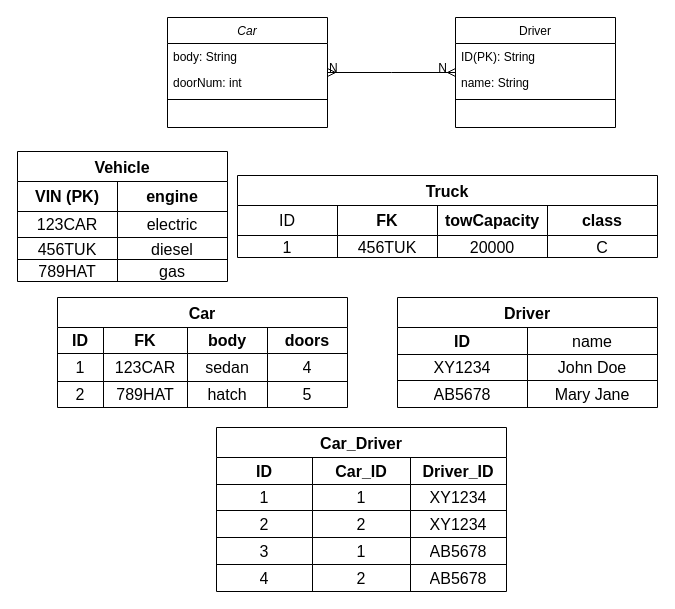
The draw.io diagram Portfolio2.drawio in micahsellis/UMLs, before the edit. Source tidied: cells renumbered, new cells numbered last; positions are measured from the earlier drawing's top-left corner, leaving out a move shared by most shapes. Both pictures are drawn from the tidied source at 100%, with x=0, y=0 at pixel (17, 17).
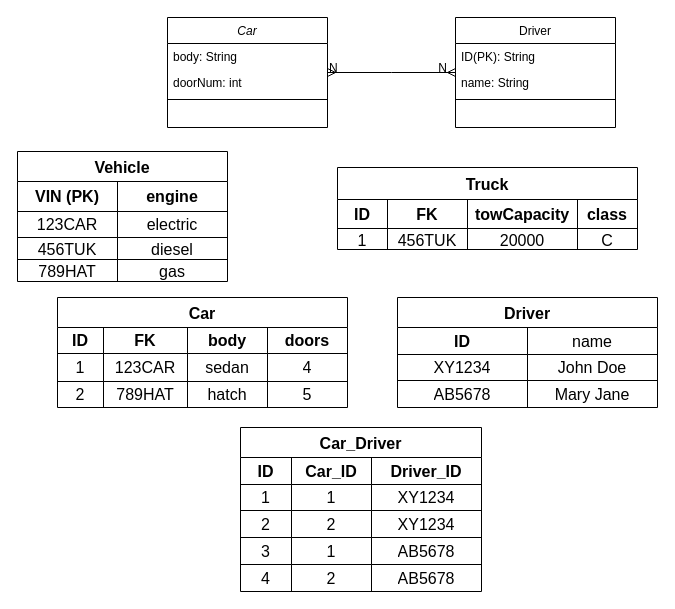
Above is the later version.

Change to the diagram source:
```diff
@@
     <mxCell id="39" value="Car_Driver" style="shape=table;startSize=30;childLayout=tableLayout;strokeColor=default;fontSize=16;fontStyle=1;" parent="1" vertex="1">
-      <mxGeometry x="199" y="410" width="290" height="164" as="geometry" />
+      <mxGeometry x="223" y="410" width="241" height="164" as="geometry" />
     </mxCell>
     <mxCell id="40" style="shape=tableRow;horizontal=0;startSize=0;swimlaneHead=0;swimlaneBody=0;strokeColor=inherit;top=0;left=0;bottom=0;right=0;fillColor=none;fontSize=16;" parent="39" vertex="1">
-      <mxGeometry y="30" width="290" height="27" as="geometry" />
+      <mxGeometry y="30" width="241" height="27" as="geometry" />
     </mxCell>
     <mxCell id="41" value="&lt;b&gt;ID&lt;/b&gt;" style="shape=partialRectangle;html=1;whiteSpace=wrap;strokeColor=inherit;overflow=hidden;fillColor=none;top=0;left=0;bottom=0;right=0;fontSize=16;" parent="40" vertex="1">
-      <mxGeometry width="96" height="27" as="geometry" />
+      <mxGeometry width="51" height="27" as="geometry" />
     </mxCell>
     <mxCell id="42" value="&lt;b&gt;Car_ID&lt;/b&gt;" style="shape=partialRectangle;html=1;whiteSpace=wrap;strokeColor=inherit;overflow=hidden;fillColor=none;top=0;left=0;bottom=0;right=0;fontSize=16;" parent="40" vertex="1">
-      <mxGeometry x="96" width="98" height="27" as="geometry" />
+      <mxGeometry x="51" width="80" height="27" as="geometry" />
     </mxCell>
     <mxCell id="43" value="&lt;b&gt;Driver_ID&lt;/b&gt;" style="shape=partialRectangle;html=1;whiteSpace=wrap;strokeColor=inherit;overflow=hidden;fillColor=none;top=0;left=0;bottom=0;right=0;fontSize=16;" parent="40" vertex="1">
-      <mxGeometry x="194" width="96" height="27" as="geometry" />
+      <mxGeometry x="131" width="110" height="27" as="geometry" />
     </mxCell>
     <mxCell id="44" style="shape=tableRow;horizontal=0;startSize=0;swimlaneHead=0;swimlaneBody=0;strokeColor=inherit;top=0;left=0;bottom=0;right=0;fillColor=none;fontSize=16;" parent="39" vertex="1">
-      <mxGeometry y="57" width="290" height="26" as="geometry" />
+      <mxGeometry y="57" width="241" height="26" as="geometry" />
     </mxCell>
     <mxCell id="45" value="1" style="shape=partialRectangle;html=1;whiteSpace=wrap;strokeColor=inherit;overflow=hidden;fillColor=none;top=0;left=0;bottom=0;right=0;fontSize=16;" parent="44" vertex="1">
-      <mxGeometry width="96" height="26" as="geometry" />
+      <mxGeometry width="51" height="26" as="geometry" />
     </mxCell>
     <mxCell id="46" value="1" style="shape=partialRectangle;html=1;whiteSpace=wrap;strokeColor=inherit;overflow=hidden;fillColor=none;top=0;left=0;bottom=0;right=0;fontSize=16;" parent="44" vertex="1">
-      <mxGeometry x="96" width="98" height="26" as="geometry" />
+      <mxGeometry x="51" width="80" height="26" as="geometry" />
     </mxCell>
     <mxCell id="47" value="XY1234" style="shape=partialRectangle;html=1;whiteSpace=wrap;strokeColor=inherit;overflow=hidden;fillColor=none;top=0;left=0;bottom=0;right=0;fontSize=16;" parent="44" vertex="1">
-      <mxGeometry x="194" width="96" height="26" as="geometry" />
+      <mxGeometry x="131" width="110" height="26" as="geometry" />
     </mxCell>
     <mxCell id="48" style="shape=tableRow;horizontal=0;startSize=0;swimlaneHead=0;swimlaneBody=0;strokeColor=inherit;top=0;left=0;bottom=0;right=0;fillColor=none;fontSize=16;" parent="39" vertex="1">
-      <mxGeometry y="83" width="290" height="27" as="geometry" />
+      <mxGeometry y="83" width="241" height="27" as="geometry" />
     </mxCell>
     <mxCell id="49" value="2" style="shape=partialRectangle;html=1;whiteSpace=wrap;strokeColor=inherit;overflow=hidden;fillColor=none;top=0;left=0;bottom=0;right=0;fontSize=16;" parent="48" vertex="1">
-      <mxGeometry width="96" height="27" as="geometry" />
+      <mxGeometry width="51" height="27" as="geometry" />
     </mxCell>
     <mxCell id="50" value="2" style="shape=partialRectangle;html=1;whiteSpace=wrap;strokeColor=inherit;overflow=hidden;fillColor=none;top=0;left=0;bottom=0;right=0;fontSize=16;" parent="48" vertex="1">
-      <mxGeometry x="96" width="98" height="27" as="geometry" />
+      <mxGeometry x="51" width="80" height="27" as="geometry" />
     </mxCell>
     <mxCell id="51" value="XY1234" style="shape=partialRectangle;html=1;whiteSpace=wrap;strokeColor=inherit;overflow=hidden;fillColor=none;top=0;left=0;bottom=0;right=0;fontSize=16;" parent="48" vertex="1">
-      <mxGeometry x="194" width="96" height="27" as="geometry" />
+      <mxGeometry x="131" width="110" height="27" as="geometry" />
     </mxCell>
     <mxCell id="52" style="shape=tableRow;horizontal=0;startSize=0;swimlaneHead=0;swimlaneBody=0;strokeColor=inherit;top=0;left=0;bottom=0;right=0;fillColor=none;fontSize=16;" parent="39" vertex="1">
-      <mxGeometry y="110" width="290" height="27" as="geometry" />
+      <mxGeometry y="110" width="241" height="27" as="geometry" />
     </mxCell>
     <mxCell id="53" value="3" style="shape=partialRectangle;html=1;whiteSpace=wrap;strokeColor=inherit;overflow=hidden;fillColor=none;top=0;left=0;bottom=0;right=0;fontSize=16;" parent="52" vertex="1">
-      <mxGeometry width="96" height="27" as="geometry" />
+      <mxGeometry width="51" height="27" as="geometry" />
     </mxCell>
     <mxCell id="54" value="1" style="shape=partialRectangle;html=1;whiteSpace=wrap;strokeColor=inherit;overflow=hidden;fillColor=none;top=0;left=0;bottom=0;right=0;fontSize=16;" parent="52" vertex="1">
-      <mxGeometry x="96" width="98" height="27" as="geometry" />
+      <mxGeometry x="51" width="80" height="27" as="geometry" />
     </mxCell>
     <mxCell id="55" value="AB5678" style="shape=partialRectangle;html=1;whiteSpace=wrap;strokeColor=inherit;overflow=hidden;fillColor=none;top=0;left=0;bottom=0;right=0;fontSize=16;" parent="52" vertex="1">
-      <mxGeometry x="194" width="96" height="27" as="geometry" />
+      <mxGeometry x="131" width="110" height="27" as="geometry" />
     </mxCell>
     <mxCell id="56" style="shape=tableRow;horizontal=0;startSize=0;swimlaneHead=0;swimlaneBody=0;strokeColor=inherit;top=0;left=0;bottom=0;right=0;fillColor=none;fontSize=16;" parent="39" vertex="1">
-      <mxGeometry y="137" width="290" height="27" as="geometry" />
+      <mxGeometry y="137" width="241" height="27" as="geometry" />
     </mxCell>
     <mxCell id="57" value="4" style="shape=partialRectangle;html=1;whiteSpace=wrap;strokeColor=inherit;overflow=hidden;fillColor=none;top=0;left=0;bottom=0;right=0;fontSize=16;" parent="56" vertex="1">
-      <mxGeometry width="96" height="27" as="geometry" />
+      <mxGeometry width="51" height="27" as="geometry" />
     </mxCell>
     <mxCell id="58" value="2" style="shape=partialRectangle;html=1;whiteSpace=wrap;strokeColor=inherit;overflow=hidden;fillColor=none;top=0;left=0;bottom=0;right=0;fontSize=16;" parent="56" vertex="1">
-      <mxGeometry x="96" width="98" height="27" as="geometry" />
+      <mxGeometry x="51" width="80" height="27" as="geometry" />
     </mxCell>
     <mxCell id="59" value="AB5678" style="shape=partialRectangle;html=1;whiteSpace=wrap;strokeColor=inherit;overflow=hidden;fillColor=none;top=0;left=0;bottom=0;right=0;fontSize=16;" parent="56" vertex="1">
-      <mxGeometry x="194" width="96" height="27" as="geometry" />
+      <mxGeometry x="131" width="110" height="27" as="geometry" />
     </mxCell>
-    <mxCell id="60" value="Truck" style="shape=table;startSize=30;childLayout=tableLayout;strokeColor=default;fontSize=16;fontStyle=1;" parent="1" vertex="1">
-      <mxGeometry x="220" y="158" width="420" height="82" as="geometry" />
+    <mxCell id="60" value="Truck" style="shape=table;startSize=32;childLayout=tableLayout;strokeColor=default;fontSize=16;fontStyle=1;" parent="1" vertex="1">
+      <mxGeometry x="320" y="150" width="300" height="82" as="geometry" />
     </mxCell>
     <mxCell id="61" style="shape=tableRow;horizontal=0;startSize=0;swimlaneHead=0;swimlaneBody=0;strokeColor=inherit;top=0;left=0;bottom=0;right=0;fillColor=none;fontSize=16;" parent="60" vertex="1">
-      <mxGeometry y="30" width="420" height="30" as="geometry" />
+      <mxGeometry y="32" width="300" height="29" as="geometry" />
     </mxCell>
-    <mxCell id="62" value="ID" style="shape=partialRectangle;html=1;whiteSpace=wrap;strokeColor=inherit;overflow=hidden;fillColor=none;top=0;left=0;bottom=0;right=0;fontSize=16;" parent="61" vertex="1">
-      <mxGeometry width="100" height="30" as="geometry" />
+    <mxCell id="62" value="&lt;b&gt;ID&lt;/b&gt;" style="shape=partialRectangle;html=1;whiteSpace=wrap;strokeColor=inherit;overflow=hidden;fillColor=none;top=0;left=0;bottom=0;right=0;fontSize=16;" parent="61" vertex="1">
+      <mxGeometry width="50" height="29" as="geometry" />
     </mxCell>
     <mxCell id="63" value="&lt;b&gt;FK&lt;/b&gt;" style="shape=partialRectangle;html=1;whiteSpace=wrap;strokeColor=inherit;overflow=hidden;fillColor=none;top=0;left=0;bottom=0;right=0;fontSize=16;" parent="61" vertex="1">
-      <mxGeometry x="100" width="100" height="30" as="geometry" />
+      <mxGeometry x="50" width="80" height="29" as="geometry" />
     </mxCell>
     <mxCell id="64" value="&lt;b&gt;towCapacity&lt;/b&gt;" style="shape=partialRectangle;html=1;whiteSpace=wrap;strokeColor=inherit;overflow=hidden;fillColor=none;top=0;left=0;bottom=0;right=0;fontSize=16;" parent="61" vertex="1">
-      <mxGeometry x="200" width="110" height="30" as="geometry" />
+      <mxGeometry x="130" width="110" height="29" as="geometry" />
     </mxCell>
     <mxCell id="65" value="class" style="shape=partialRectangle;html=1;whiteSpace=wrap;strokeColor=inherit;overflow=hidden;fillColor=none;top=0;left=0;bottom=0;right=0;fontSize=16;fontStyle=1;" parent="61" vertex="1">
-      <mxGeometry x="310" width="110" height="30" as="geometry" />
+      <mxGeometry x="240" width="60" height="29" as="geometry" />
     </mxCell>
     <mxCell id="66" style="shape=tableRow;horizontal=0;startSize=0;swimlaneHead=0;swimlaneBody=0;strokeColor=inherit;top=0;left=0;bottom=0;right=0;fillColor=none;fontSize=16;" parent="60" vertex="1">
-      <mxGeometry y="60" width="420" height="22" as="geometry" />
+      <mxGeometry y="61" width="300" height="21" as="geometry" />
     </mxCell>
     <mxCell id="67" value="1" style="shape=partialRectangle;html=1;whiteSpace=wrap;strokeColor=inherit;overflow=hidden;fillColor=none;top=0;left=0;bottom=0;right=0;fontSize=16;" parent="66" vertex="1">
-      <mxGeometry width="100" height="22" as="geometry" />
+      <mxGeometry width="50" height="21" as="geometry" />
     </mxCell>
     <mxCell id="68" value="456TUK" style="shape=partialRectangle;html=1;whiteSpace=wrap;strokeColor=inherit;overflow=hidden;fillColor=none;top=0;left=0;bottom=0;right=0;fontSize=16;" parent="66" vertex="1">
-      <mxGeometry x="100" width="100" height="22" as="geometry" />
+      <mxGeometry x="50" width="80" height="21" as="geometry" />
     </mxCell>
     <mxCell id="69" value="20000" style="shape=partialRectangle;html=1;whiteSpace=wrap;strokeColor=inherit;overflow=hidden;fillColor=none;top=0;left=0;bottom=0;right=0;fontSize=16;" parent="66" vertex="1">
-      <mxGeometry x="200" width="110" height="22" as="geometry" />
+      <mxGeometry x="130" width="110" height="21" as="geometry" />
     </mxCell>
     <mxCell id="70" value="C" style="shape=partialRectangle;html=1;whiteSpace=wrap;strokeColor=inherit;overflow=hidden;fillColor=none;top=0;left=0;bottom=0;right=0;fontSize=16;" parent="66" vertex="1">
-      <mxGeometry x="310" width="110" height="22" as="geometry" />
+      <mxGeometry x="240" width="60" height="21" as="geometry" />
     </mxCell>
```
